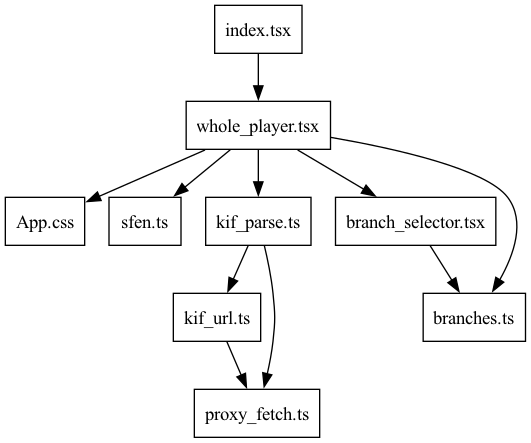
Above: www/dependency_graph.png in koba-e964/tsumeshogi-web-solver (Graphviz), before the change. Its source is kept beside it as www/dependency_graph.dot.
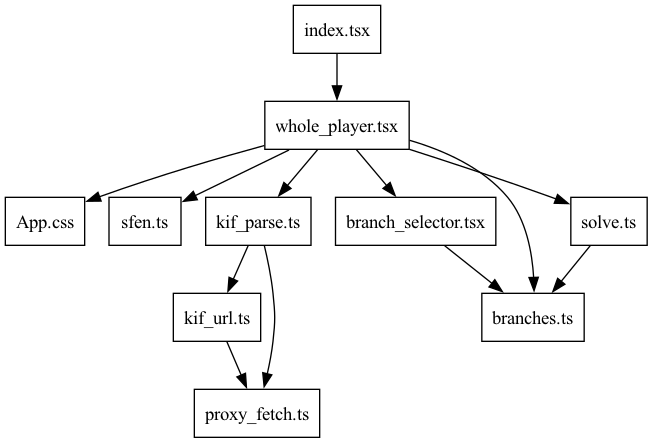
The same diagram one commit later.

Commit message:
Change the content of the board when branches are selected

What changed in the source:
```diff
@@ -8,8 +8,10 @@
     "whole_player.tsx" -> "kif_parse.ts"
     "whole_player.tsx" -> "branch_selector.tsx"
     "whole_player.tsx" -> "branches.ts"
+    "whole_player.tsx" -> "solve.ts"
     "kif_parse.ts" -> "kif_url.ts"
     "kif_parse.ts" -> "proxy_fetch.ts"
     "kif_url.ts" -> "proxy_fetch.ts"
     "branch_selector.tsx" -> "branches.ts"
+    "solve.ts" -> "branches.ts"
 }
```
